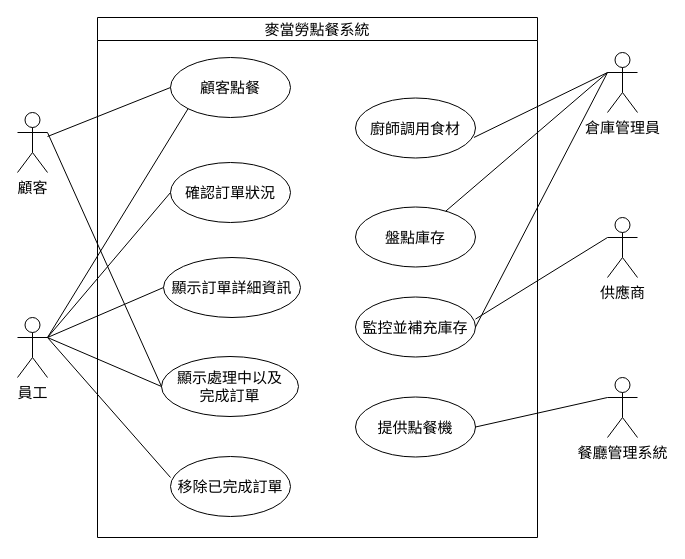
Earlier version of the draw.io diagram page "使用案例圖" (1 of 2) of answer.drawio (Jennyyyyyyyyyy/newfile). Source tidied: cells renumbered, new cells numbered last; positions are measured from the earlier drawing's top-left corner, leaving out a move shared by most shapes. Both pictures are drawn from the tidied source at 100%, with x=0, y=0 at pixel (17, 17).
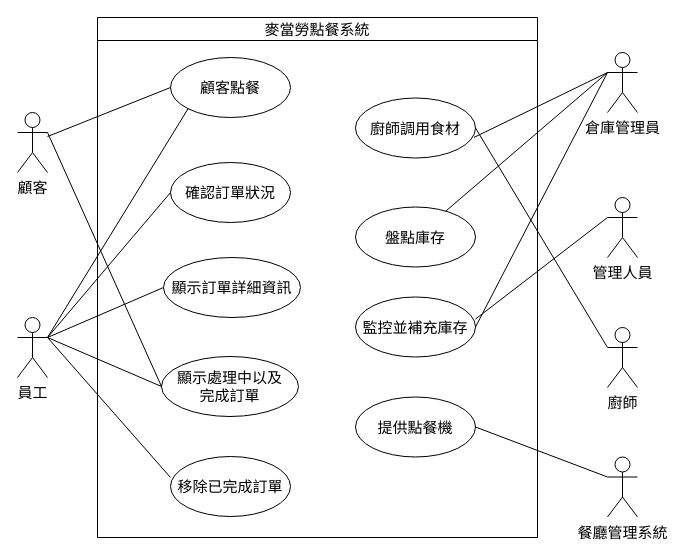
After the change.

The change refers to these unchanged cells:
```xml
<mxCell id="8" value="廚師調用食材" style="ellipse;whiteSpace=wrap;html=1;fontSize=15;" parent="2" vertex="1">
  <mxGeometry x="258" y="80.5" width="120" height="60" as="geometry" />
</mxCell>
```

Diff of the diagram source:
```diff
@@
-    <mxCell id="15" value="供應商" style="shape=umlActor;verticalLabelPosition=bottom;verticalAlign=top;html=1;outlineConnect=0;fontSize=15;" parent="1" vertex="1">
-      <mxGeometry x="590" y="200" width="30" height="60" as="geometry" />
+    <mxCell id="15" value="管理人員" style="shape=umlActor;verticalLabelPosition=bottom;verticalAlign=top;html=1;outlineConnect=0;fontSize=15;" parent="1" vertex="1">
+      <mxGeometry x="590" y="180" width="30" height="60" as="geometry" />
     </mxCell>
     <mxCell id="16" value="餐廳管理系統" style="shape=umlActor;verticalLabelPosition=bottom;verticalAlign=top;html=1;outlineConnect=0;fontSize=15;" parent="1" vertex="1">
-      <mxGeometry x="590" y="360" width="30" height="60" as="geometry" />
+      <mxGeometry x="590" y="439.5" width="30" height="60" as="geometry" />
     </mxCell>
@@
+    <mxCell id="29" value="廚師" style="shape=umlActor;verticalLabelPosition=bottom;verticalAlign=top;html=1;outlineConnect=0;fontSize=15;" parent="1" vertex="1">
+      <mxGeometry x="590" y="310" width="30" height="60" as="geometry" />
+    </mxCell>
+    <mxCell id="30" style="endArrow=none;html=1;fontColor=#FFFFFF;entryX=0;entryY=0.3333333333333333;entryDx=0;entryDy=0;entryPerimeter=0;exitX=1;exitY=0.5;exitDx=0;exitDy=0;fontSize=15;" parent="1" edge="1" source="8" target="29">
+      <mxGeometry relative="1" as="geometry" />
+    </mxCell>
```
